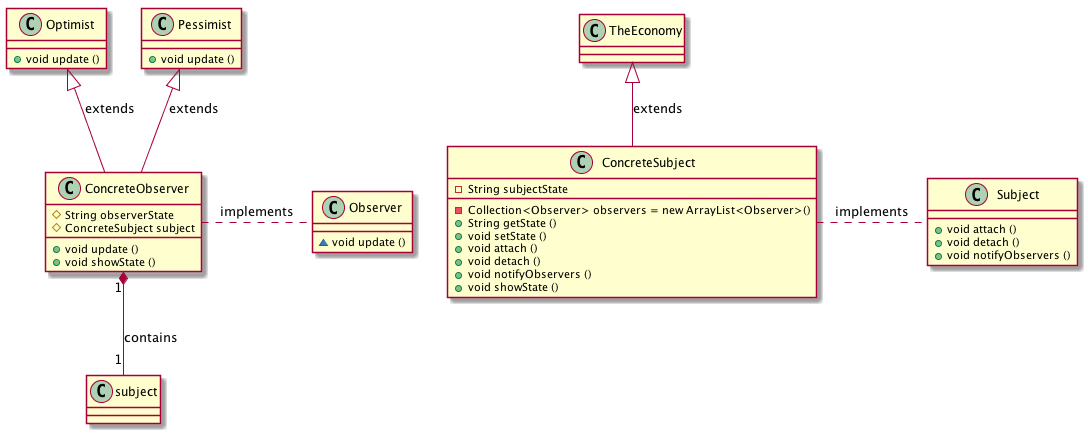
The PlantUML diagram UMLGenerator/uml-parser-test-4.png in rashmishrm/UMLParser, before a commit.
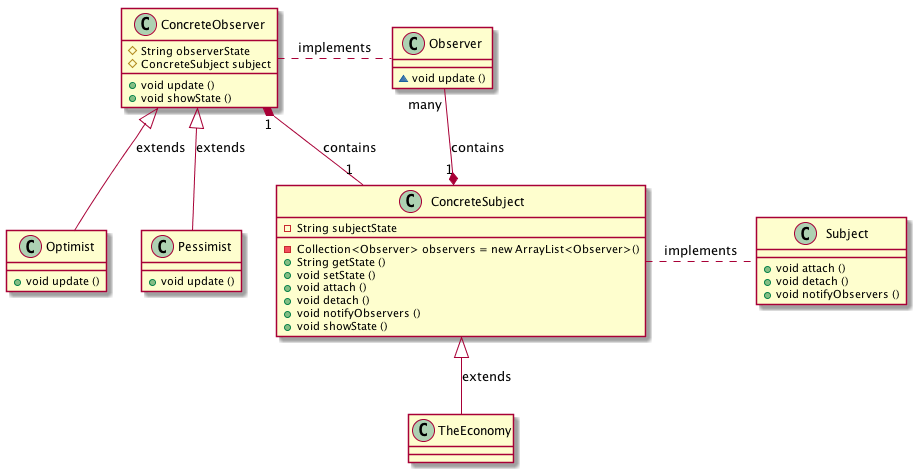
The same file after the commit.

Commit message:
--Changes for collection dependency amongst classes --fix for extends relationship

The edit, as a diff of the source:
```diff
@@ -39,10 +39,11 @@
 }
 
 ConcreteObserver . Observer : implements
-ConcreteObserver  "1" *--  "1"  subject : contains
+ConcreteObserver  "1" *--  "1"  ConcreteSubject : contains
 ConcreteSubject . Subject : implements
-Optimist<|--ConcreteObserver : extends
-Pessimist<|--ConcreteObserver : extends
-TheEconomy<|--ConcreteSubject : extends
+ConcreteSubject  "1" *--  "many"  Observer : contains
+ConcreteObserver<|--Optimist : extends
+ConcreteObserver<|--Pessimist : extends
+ConcreteSubject<|--TheEconomy : extends
 
 @enduml
```
